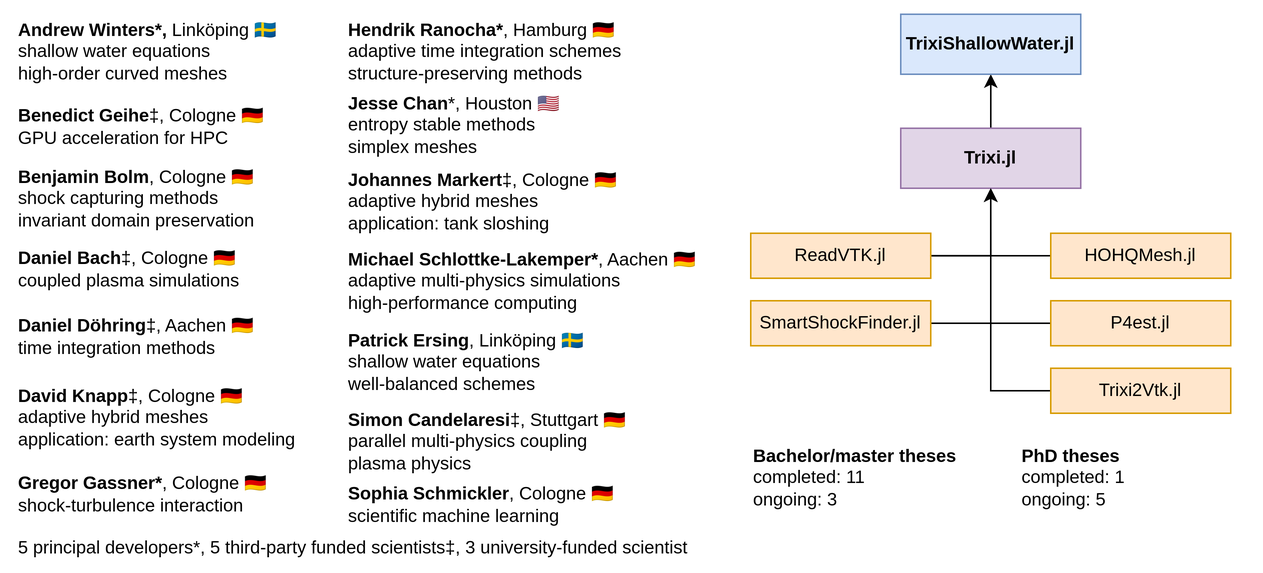
Above: figures/trixi_community.png in trixi-framework/tutorial-2023-kassel (draw.io), before the change. Source tidied: cells renumbered, new cells last; positions are measured from the earlier drawing's top-left corner, leaving out a move shared by most shapes.
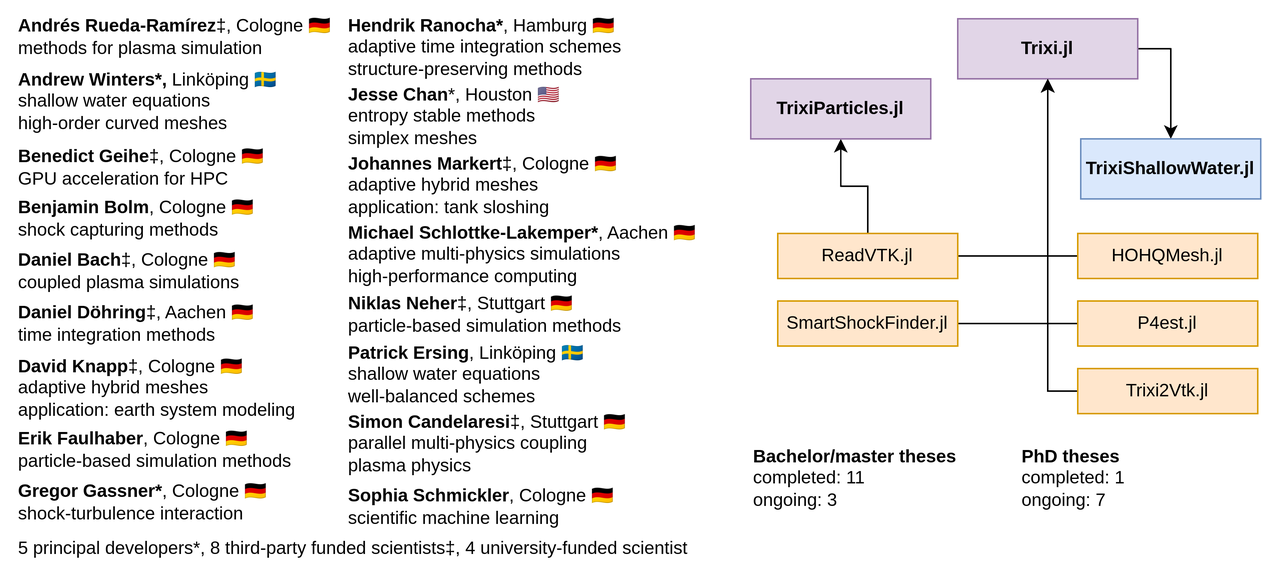
After the commit.

Diff of the diagram source:
```diff
@@ -6,31 +6,31 @@
       <mxGeometry width="840" height="380" as="geometry" />
     </mxCell>
     <mxCell id="3" value="&lt;div&gt;&lt;b&gt;Gregor Gassner*&lt;/b&gt;, Cologne&lt;b&gt; &lt;/b&gt;🇩🇪&lt;/div&gt;&lt;div&gt;shock-turbulence interaction&lt;br&gt;&lt;/div&gt;" style="text;html=1;strokeColor=none;fillColor=none;align=left;verticalAlign=middle;whiteSpace=wrap;rounded=0;" parent="1" vertex="1">
-      <mxGeometry x="10" y="314" width="180" height="30" as="geometry" />
+      <mxGeometry x="10" y="318.5" width="220" height="30" as="geometry" />
     </mxCell>
     <mxCell id="4" value="&lt;div&gt;&lt;b&gt;Andrew Winters*,&lt;/b&gt; Linköping 🇸🇪&lt;br&gt;&lt;/div&gt;&lt;div&gt;shallow water equations&lt;/div&gt;&lt;div&gt;high-order curved meshes&lt;br&gt;&lt;/div&gt;" style="text;html=1;strokeColor=none;fillColor=none;align=left;verticalAlign=middle;whiteSpace=wrap;rounded=0;" parent="1" vertex="1">
-      <mxGeometry x="10" y="9" width="210" height="50" as="geometry" />
+      <mxGeometry x="10" y="42" width="220" height="50" as="geometry" />
     </mxCell>
     <mxCell id="5" value="&lt;div&gt;&lt;b&gt;David Knapp&lt;/b&gt;&lt;span class=&quot;box&quot;&gt;‡, Cologne &lt;/span&gt;🇩🇪&lt;/div&gt;&lt;div&gt;adaptive hybrid meshes&lt;/div&gt;&lt;div&gt;application: earth system modeling&lt;br&gt;&lt;/div&gt;" style="text;html=1;strokeColor=none;fillColor=none;align=left;verticalAlign=middle;whiteSpace=wrap;rounded=0;" parent="1" vertex="1">
-      <mxGeometry x="10" y="253" width="210" height="50" as="geometry" />
+      <mxGeometry x="10" y="235" width="220" height="45" as="geometry" />
     </mxCell>
     <mxCell id="6" value="&lt;div&gt;&lt;b&gt;Daniel Bach&lt;/b&gt;&lt;span class=&quot;box&quot;&gt;‡, Cologne&lt;/span&gt; 🇩🇪&lt;span class=&quot;box&quot;&gt;&lt;/span&gt;&lt;/div&gt;&lt;div&gt;coupled plasma simulations&lt;br&gt;&lt;/div&gt;" style="text;html=1;strokeColor=none;fillColor=none;align=left;verticalAlign=middle;whiteSpace=wrap;rounded=0;" parent="1" vertex="1">
-      <mxGeometry x="10" y="151" width="210" height="55" as="geometry" />
+      <mxGeometry x="10" y="164" width="220" height="32" as="geometry" />
     </mxCell>
     <mxCell id="7" value="&lt;div&gt;&lt;b&gt;Hendrik Ranocha*&lt;/b&gt;, Hamburg 🇩🇪&lt;/div&gt;&lt;div&gt;adaptive time integration schemes&lt;br&gt;&lt;/div&gt;&lt;div&gt;structure-preserving methods&lt;br&gt;&lt;/div&gt;" style="text;html=1;strokeColor=none;fillColor=none;align=left;verticalAlign=middle;whiteSpace=wrap;rounded=0;" parent="1" vertex="1">
-      <mxGeometry x="230" y="9" width="190" height="50" as="geometry" />
+      <mxGeometry x="230" y="9" width="240" height="43" as="geometry" />
     </mxCell>
     <mxCell id="8" value="&lt;div&gt;&lt;b&gt;Jesse Chan&lt;/b&gt;*, Houston 🇺🇸&lt;/div&gt;&lt;div&gt;entropy stable methods&lt;/div&gt;&lt;div&gt;simplex meshes&lt;br&gt;&lt;/div&gt;" style="text;html=1;strokeColor=none;fillColor=none;align=left;verticalAlign=middle;whiteSpace=wrap;rounded=0;" parent="1" vertex="1">
-      <mxGeometry x="230" y="58" width="180" height="50" as="geometry" />
+      <mxGeometry x="230" y="52" width="240" height="50" as="geometry" />
     </mxCell>
     <mxCell id="9" value="&lt;div&gt;&lt;b&gt;Johannes Markert&lt;/b&gt;&lt;span class=&quot;box&quot;&gt;‡, Cologne &lt;/span&gt;🇩🇪&lt;/div&gt;&lt;div&gt;adaptive hybrid meshes&lt;/div&gt;&lt;div&gt;application: tank sloshing&lt;br&gt;&lt;/div&gt;" style="text;html=1;strokeColor=none;fillColor=none;align=left;verticalAlign=middle;whiteSpace=wrap;rounded=0;" parent="1" vertex="1">
-      <mxGeometry x="230" y="109" width="210" height="50" as="geometry" />
+      <mxGeometry x="230" y="98" width="240" height="50" as="geometry" />
     </mxCell>
     <mxCell id="10" value="&lt;div&gt;&lt;b&gt;Simon Candelaresi&lt;/b&gt;&lt;span class=&quot;box&quot;&gt;‡, Stuttgart &lt;/span&gt;🇩🇪&lt;/div&gt;&lt;div&gt;parallel multi-physics coupling&lt;/div&gt;&lt;div&gt;plasma physics&lt;br&gt;&lt;/div&gt;" style="text;html=1;strokeColor=none;fillColor=none;align=left;verticalAlign=middle;whiteSpace=wrap;rounded=0;" parent="1" vertex="1">
-      <mxGeometry x="230" y="266" width="210" height="55" as="geometry" />
+      <mxGeometry x="230" y="267" width="240" height="55" as="geometry" />
     </mxCell>
     <mxCell id="11" value="&lt;div&gt;&lt;b&gt;Michael Schlottke-Lakemper*&lt;/b&gt;, Aachen 🇩🇪&lt;/div&gt;&lt;div&gt;adaptive multi-physics simulations&lt;/div&gt;&lt;div&gt;high-performance computing&lt;br&gt;&lt;/div&gt;" style="text;html=1;strokeColor=none;fillColor=none;align=left;verticalAlign=middle;whiteSpace=wrap;rounded=0;" parent="1" vertex="1">
-      <mxGeometry x="230" y="162" width="250" height="50" as="geometry" />
+      <mxGeometry x="230" y="146" width="240" height="45" as="geometry" />
     </mxCell>
     <mxCell id="12" value="&lt;div&gt;&lt;b&gt;Bachelor/master theses&lt;/b&gt;&lt;br&gt;&lt;/div&gt;&lt;div&gt;completed: 11&lt;br&gt;&lt;/div&gt;&lt;div&gt;ongoing: 3&lt;br&gt;&lt;/div&gt;" style="text;html=1;strokeColor=none;fillColor=none;align=left;verticalAlign=middle;whiteSpace=wrap;rounded=0;" parent="1" vertex="1">
       <mxGeometry x="500" y="290" width="140" height="55" as="geometry" />
@@ -44,56 +44,71 @@
     <mxCell id="15" style="edgeStyle=orthogonalEdgeStyle;rounded=0;jettySize=auto;html=1;exitX=0.5;exitY=1;exitDx=0;exitDy=0;entryX=0;entryY=0.5;entryDx=0;entryDy=0;startArrow=classic;startFill=1;endArrow=none;endFill=0;" parent="1" edge="1" source="17" target="20">
       <mxGeometry relative="1" as="geometry" />
     </mxCell>
-    <mxCell id="16" style="edgeStyle=orthogonalEdgeStyle;rounded=0;jettySize=auto;html=1;" parent="1" edge="1" source="17" target="31">
+    <mxCell id="16" style="edgeStyle=orthogonalEdgeStyle;rounded=0;jettySize=auto;html=1;exitX=1;exitY=0.5;exitDx=0;exitDy=0;" parent="1" edge="1" source="17" target="31">
       <mxGeometry relative="1" as="geometry" />
     </mxCell>
     <mxCell id="17" value="Trixi.jl" style="rounded=0;whiteSpace=wrap;html=1;fillColor=#e1d5e7;strokeColor=#9673a6;fontStyle=1;" parent="1" vertex="1">
-      <mxGeometry x="600" y="85" width="120" height="40" as="geometry" />
+      <mxGeometry x="638" y="12" width="120" height="40" as="geometry" />
     </mxCell>
     <mxCell id="18" value="HOHQMesh.jl" style="rounded=0;whiteSpace=wrap;html=1;fillColor=#ffe6cc;strokeColor=#d79b00;fontStyle=0;" parent="1" vertex="1">
-      <mxGeometry x="700" y="155" width="120" height="30" as="geometry" />
+      <mxGeometry x="718" y="155" width="120" height="30" as="geometry" />
     </mxCell>
     <mxCell id="19" value="P4est.jl" style="rounded=0;whiteSpace=wrap;html=1;fillColor=#ffe6cc;strokeColor=#d79b00;fontStyle=0;" parent="1" vertex="1">
-      <mxGeometry x="700" y="200" width="120" height="30" as="geometry" />
+      <mxGeometry x="718" y="200" width="120" height="30" as="geometry" />
     </mxCell>
     <mxCell id="20" value="Trixi2Vtk.jl" style="rounded=0;whiteSpace=wrap;html=1;fillColor=#ffe6cc;strokeColor=#d79b00;fontStyle=0;" parent="1" vertex="1">
-      <mxGeometry x="700" y="245" width="120" height="30" as="geometry" />
+      <mxGeometry x="718" y="245" width="120" height="30" as="geometry" />
     </mxCell>
     <mxCell id="21" style="edgeStyle=orthogonalEdgeStyle;rounded=0;jettySize=auto;html=1;exitX=1;exitY=0.5;exitDx=0;exitDy=0;entryX=0.5;entryY=1;entryDx=0;entryDy=0;" parent="1" edge="1" source="22" target="17">
       <mxGeometry relative="1" as="geometry" />
     </mxCell>
+    <mxCell id="33" style="edgeStyle=orthogonalEdgeStyle;rounded=0;jettySize=auto;html=1;" parent="1" edge="1" source="22" target="34">
+      <mxGeometry relative="1" as="geometry" />
+    </mxCell>
     <mxCell id="22" value="ReadVTK.jl" style="rounded=0;whiteSpace=wrap;html=1;fillColor=#ffe6cc;strokeColor=#d79b00;fontStyle=0;" parent="1" vertex="1">
-      <mxGeometry x="500" y="155" width="120" height="30" as="geometry" />
+      <mxGeometry x="518" y="155" width="120" height="30" as="geometry" />
     </mxCell>
     <mxCell id="23" style="edgeStyle=orthogonalEdgeStyle;rounded=0;jettySize=auto;html=1;exitX=1;exitY=0.5;exitDx=0;exitDy=0;entryX=0.5;entryY=1;entryDx=0;entryDy=0;" parent="1" edge="1" source="24" target="17">
       <mxGeometry relative="1" as="geometry" />
     </mxCell>
     <mxCell id="24" value="SmartShockFinder.jl" style="rounded=0;whiteSpace=wrap;html=1;fillColor=#ffe6cc;strokeColor=#d79b00;fontStyle=0;" parent="1" vertex="1">
-      <mxGeometry x="500" y="200" width="120" height="30" as="geometry" />
+      <mxGeometry x="518" y="200" width="120" height="30" as="geometry" />
     </mxCell>
-    <mxCell id="25" value="5 principal developers*, 5 third-party funded scientists&lt;span class=&quot;box&quot;&gt;‡, 3 university-funded scientist&lt;br&gt;&lt;/span&gt;" style="text;html=1;strokeColor=none;fillColor=none;align=left;verticalAlign=middle;whiteSpace=wrap;rounded=0;" parent="1" vertex="1">
+    <mxCell id="25" value="5 principal developers*, 8 third-party funded scientists&lt;span class=&quot;box&quot;&gt;‡, 4 university-funded scientist&lt;br&gt;&lt;/span&gt;" style="text;html=1;strokeColor=none;fillColor=none;align=left;verticalAlign=middle;whiteSpace=wrap;rounded=0;" parent="1" vertex="1">
       <mxGeometry x="10" y="350" width="460" height="30" as="geometry" />
     </mxCell>
     <mxCell id="26" value="&lt;div&gt;&lt;b&gt;Patrick Ersing&lt;/b&gt;, Linköping 🇸🇪&lt;/div&gt;&lt;div&gt;shallow water equations&lt;br&gt;&lt;/div&gt;&lt;div&gt;well-balanced schemes&lt;br&gt;&lt;/div&gt;" style="text;html=1;strokeColor=none;fillColor=none;align=left;verticalAlign=middle;whiteSpace=wrap;rounded=0;" parent="1" vertex="1">
-      <mxGeometry x="230" y="216" width="210" height="50" as="geometry" />
+      <mxGeometry x="230" y="225" width="240" height="47" as="geometry" />
     </mxCell>
-    <mxCell id="27" value="&lt;div&gt;&lt;b&gt;PhD theses&lt;/b&gt;&lt;br&gt;&lt;/div&gt;&lt;div&gt;completed: 1&lt;br&gt;&lt;/div&gt;&lt;div&gt;ongoing: 5&lt;/div&gt;" style="text;html=1;strokeColor=none;fillColor=none;align=left;verticalAlign=middle;whiteSpace=wrap;rounded=0;" parent="1" vertex="1">
+    <mxCell id="27" value="&lt;div&gt;&lt;b&gt;PhD theses&lt;/b&gt;&lt;br&gt;&lt;/div&gt;&lt;div&gt;completed: 1&lt;br&gt;&lt;/div&gt;&lt;div&gt;ongoing: 7&lt;/div&gt;" style="text;html=1;strokeColor=none;fillColor=none;align=left;verticalAlign=middle;whiteSpace=wrap;rounded=0;" parent="1" vertex="1">
       <mxGeometry x="679" y="290" width="140" height="55" as="geometry" />
     </mxCell>
     <mxCell id="28" value="&lt;div&gt;&lt;b&gt;Benedict Geihe&lt;/b&gt;‡, Cologne&lt;b&gt; &lt;/b&gt;🇩🇪&lt;/div&gt;&lt;div&gt;GPU acceleration for HPC&lt;br&gt;&lt;/div&gt;" style="text;html=1;strokeColor=none;fillColor=none;align=left;verticalAlign=middle;whiteSpace=wrap;rounded=0;" parent="1" vertex="1">
-      <mxGeometry x="10" y="69" width="180" height="30" as="geometry" />
+      <mxGeometry x="10" y="96" width="220" height="30" as="geometry" />
     </mxCell>
-    <mxCell id="29" value="&lt;div&gt;&lt;b&gt;Benjamin Bolm&lt;/b&gt;, Cologne&lt;b&gt; &lt;/b&gt;🇩🇪&lt;/div&gt;&lt;div&gt;shock capturing methods&lt;/div&gt;&lt;div&gt;invariant domain preservation&lt;/div&gt;" style="text;html=1;strokeColor=none;fillColor=none;align=left;verticalAlign=middle;whiteSpace=wrap;rounded=0;" parent="1" vertex="1">
-      <mxGeometry x="10" y="112" width="180" height="40" as="geometry" />
+    <mxCell id="29" value="&lt;div&gt;&lt;b&gt;Benjamin Bolm&lt;/b&gt;, Cologne&lt;b&gt; &lt;/b&gt;🇩🇪&lt;/div&gt;&lt;div&gt;shock capturing methods&lt;/div&gt;" style="text;html=1;strokeColor=none;fillColor=none;align=left;verticalAlign=middle;whiteSpace=wrap;rounded=0;" parent="1" vertex="1">
+      <mxGeometry x="10" y="132" width="220" height="26" as="geometry" />
     </mxCell>
     <mxCell id="30" value="&lt;div&gt;&lt;b&gt;Daniel Döhring&lt;/b&gt;&lt;span class=&quot;box&quot;&gt;‡, Aachen&lt;/span&gt; 🇩🇪&lt;span class=&quot;box&quot;&gt;&lt;/span&gt;&lt;/div&gt;&lt;div&gt;time integration methods&lt;/div&gt;" style="text;html=1;strokeColor=none;fillColor=none;align=left;verticalAlign=middle;whiteSpace=wrap;rounded=0;" parent="1" vertex="1">
-      <mxGeometry x="10" y="196" width="210" height="55" as="geometry" />
+      <mxGeometry x="10" y="202" width="220" height="27" as="geometry" />
     </mxCell>
     <mxCell id="31" value="TrixiShallowWater.jl" style="rounded=0;whiteSpace=wrap;html=1;fillColor=#dae8fc;strokeColor=#6c8ebf;fontStyle=1;" parent="1" vertex="1">
-      <mxGeometry x="600" y="9" width="120" height="40" as="geometry" />
+      <mxGeometry x="720" y="92" width="120" height="40" as="geometry" />
     </mxCell>
     <mxCell id="32" value="&lt;div&gt;&lt;b&gt;Sophia Schmickler&lt;/b&gt;&lt;span class=&quot;box&quot;&gt;, Cologne&amp;nbsp;&lt;/span&gt;🇩🇪&lt;/div&gt;&lt;div&gt;scientific machine learning&lt;/div&gt;" style="text;html=1;strokeColor=none;fillColor=none;align=left;verticalAlign=middle;whiteSpace=wrap;rounded=0;" parent="1" vertex="1">
-      <mxGeometry x="230" y="308" width="210" height="55" as="geometry" />
+      <mxGeometry x="230" y="320" width="240" height="33" as="geometry" />
     </mxCell>
+    <mxCell id="34" value="TrixiParticles.jl" style="rounded=0;whiteSpace=wrap;html=1;fillColor=#e1d5e7;strokeColor=#9673a6;fontStyle=1;" parent="1" vertex="1">
+      <mxGeometry x="500" y="52" width="120" height="40" as="geometry" />
+    </mxCell>
+    <mxCell id="35" value="&lt;div&gt;&lt;b&gt;Erik Faulhaber&lt;/b&gt;&lt;span class=&quot;box&quot;&gt;, Cologne&lt;/span&gt; 🇩🇪&lt;span class=&quot;box&quot;&gt;&lt;/span&gt;&lt;/div&gt;&lt;div&gt;particle-based simulation methods&lt;br&gt;&lt;/div&gt;" style="text;html=1;strokeColor=none;fillColor=none;align=left;verticalAlign=middle;whiteSpace=wrap;rounded=0;" parent="1" vertex="1">
+      <mxGeometry x="10" y="283" width="220" height="32" as="geometry" />
+    </mxCell>
+    <mxCell id="36" value="&lt;div&gt;&lt;b&gt;Andrés Rueda-Ramírez&lt;/b&gt;‡, Cologne&lt;b&gt; &lt;/b&gt;🇩🇪&lt;/div&gt;&lt;div&gt;methods for plasma simulation&lt;/div&gt;" style="text;html=1;strokeColor=none;fillColor=none;align=left;verticalAlign=middle;whiteSpace=wrap;rounded=0;" parent="1" vertex="1">
+      <mxGeometry x="10" y="9" width="220" height="30" as="geometry" />
+    </mxCell>
+    <mxCell id="37" value="&lt;div&gt;&lt;span class=&quot;box&quot;&gt;&lt;b&gt;Niklas Neher&lt;/b&gt;‡, Stuttgart&amp;nbsp;&lt;/span&gt;🇩🇪&lt;/div&gt;&lt;div&gt;particle-based simulation methods&lt;/div&gt;" style="text;html=1;strokeColor=none;fillColor=none;align=left;verticalAlign=middle;whiteSpace=wrap;rounded=0;" parent="1" vertex="1">
+      <mxGeometry x="230" y="196" width="240" height="25" as="geometry" />
+    </mxCell>
   </root>
 </mxGraphModel>
```
